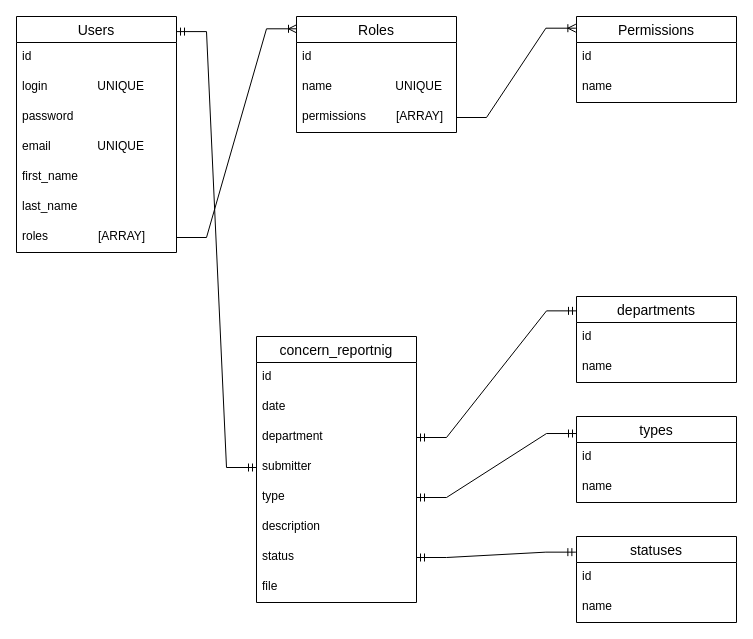
This is data_base_sheme.drawio from Nutsheil/my_site, a draw.io file, before an edit. Source tidied: cells renumbered, new cells numbered last; positions are measured from the earlier drawing's top-left corner, leaving out a move shared by most shapes. Both pictures are drawn from the tidied source at 100%, with x=0, y=0 at pixel (16, 16).
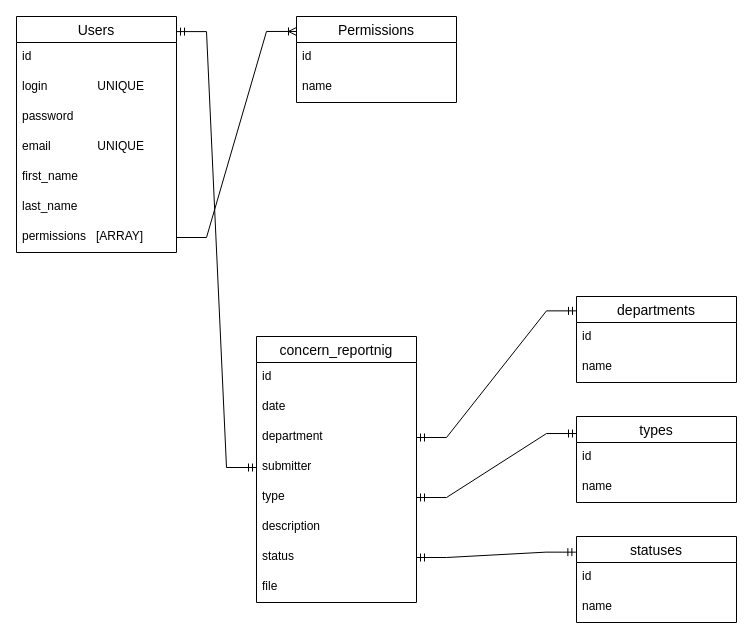
Above is the later version.

Unchanged cells that the change refers to:
```xml
<mxCell id="2" value="Users" style="swimlane;fontStyle=0;horizontal=1;startSize=26;align=center;fontSize=14;" parent="1" vertex="1">
  <mxGeometry width="160" height="236" as="geometry" />
</mxCell>
```

The edit, as a diff of the source:
```diff
@@
-    <mxCell id="9" value="roles               [ARRAY]" style="text;strokeColor=none;fillColor=none;spacingLeft=4;spacingRight=4;overflow=hidden;points=[[0,0.5],[1,0.5]];portConstraint=eastwest;fontSize=12;" parent="2" vertex="1">
+    <mxCell id="9" value="permissions   [ARRAY]" style="text;strokeColor=none;fillColor=none;spacingLeft=4;spacingRight=4;overflow=hidden;points=[[0,0.5],[1,0.5]];portConstraint=eastwest;fontSize=12;" parent="2" vertex="1">
       <mxGeometry y="206" width="160" height="30" as="geometry" />
     </mxCell>
-    <mxCell id="10" value="Roles" style="swimlane;fontStyle=0;horizontal=1;startSize=26;align=center;fontSize=14;" parent="1" vertex="1">
-      <mxGeometry x="280" width="160" height="116" as="geometry" />
-    </mxCell>
-    <mxCell id="11" value="id" style="text;strokeColor=none;fillColor=none;spacingLeft=4;spacingRight=4;overflow=hidden;fontSize=12;" parent="10" vertex="1">
-      <mxGeometry y="26" width="160" height="30" as="geometry" />
-    </mxCell>
-    <mxCell id="12" value="name                   UNIQUE" style="text;strokeColor=none;fillColor=none;spacingLeft=4;spacingRight=4;overflow=hidden;fontSize=12;" parent="10" vertex="1">
-      <mxGeometry y="56" width="160" height="30" as="geometry" />
-    </mxCell>
-    <mxCell id="13" value="permissions         [ARRAY]" style="text;strokeColor=none;fillColor=none;spacingLeft=4;spacingRight=4;overflow=hidden;points=[[0,0.5],[1,0.5]];portConstraint=eastwest;fontSize=12;" parent="10" vertex="1">
-      <mxGeometry y="86" width="160" height="30" as="geometry" />
-    </mxCell>
-    <mxCell id="14" style="edgeStyle=entityRelationEdgeStyle;fontSize=12;html=1;endArrow=ERoneToMany;rounded=0;entryX=0;entryY=0.106;entryDx=0;entryDy=0;entryPerimeter=0;" parent="1" edge="1" source="9" target="10">
+    <mxCell id="14" style="edgeStyle=entityRelationEdgeStyle;fontSize=12;html=1;endArrow=ERoneToMany;rounded=0;entryX=0;entryY=0.174;entryDx=0;entryDy=0;entryPerimeter=0;" parent="1" edge="1" source="9" target="15">
       <mxGeometry relative="1" as="geometry" />
     </mxCell>
     <mxCell id="15" value="Permissions" style="swimlane;fontStyle=0;horizontal=1;startSize=26;align=center;fontSize=14;" parent="1" vertex="1">
-      <mxGeometry x="560" width="160" height="86" as="geometry" />
+      <mxGeometry x="280" width="160" height="86" as="geometry" />
     </mxCell>
@@
-    <mxCell id="18" style="edgeStyle=entityRelationEdgeStyle;fontSize=12;html=1;endArrow=ERoneToMany;rounded=0;entryX=-0.004;entryY=0.136;entryDx=0;entryDy=0;entryPerimeter=0;" parent="1" edge="1" source="13" target="15">
-      <mxGeometry relative="1" as="geometry" />
-    </mxCell>
```
